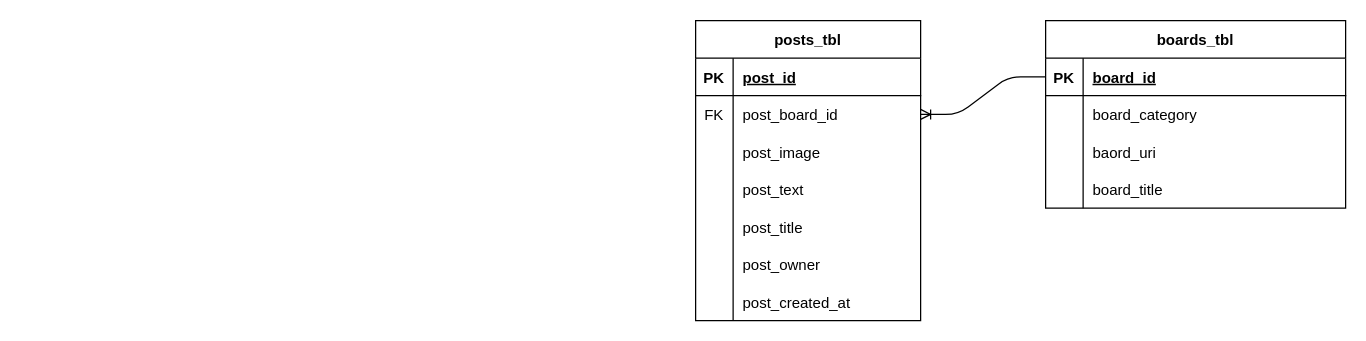
Earlier version of the draw.io diagram miscellaneous/database/er-model/zooei.drawio (castroitalo/zooei). Source tidied: cells renumbered, new cells numbered last; positions are measured from the earlier drawing's top-left corner, leaving out a move shared by most shapes. Both pictures are drawn from the tidied source at 125%, with x=0, y=0 at pixel (695, 20).
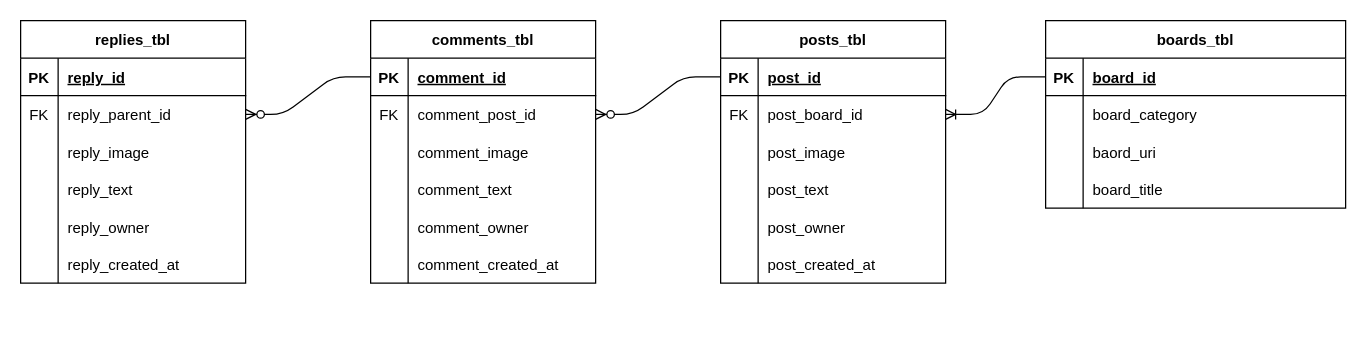
The same diagram, later.

Unchanged cells that the change refers to:
```xml
<mxCell id="16" style="shape=tableRow;horizontal=0;startSize=0;swimlaneHead=0;swimlaneBody=0;fillColor=none;points=[[0,0.5],[1,0.5]];portConstraint=eastwest;top=0;left=0;right=0;bottom=1;" parent="15" vertex="1">
  <mxGeometry y="30" width="180" height="30" as="geometry" />
</mxCell>
```

What changed in the source:
```diff
@@
     <mxCell id="15" value="posts_tbl" style="shape=table;startSize=30;childLayout=tableLayout;rowLines=0;fontStyle=1;align=center;" parent="1" vertex="1">
-      <mxGeometry width="180" height="240" as="geometry" />
+      <mxGeometry x="20" width="180" height="210" as="geometry" />
     </mxCell>
@@
-    <mxCell id="28" style="shape=tableRow;horizontal=0;startSize=0;swimlaneHead=0;swimlaneBody=0;fillColor=none;top=0;left=0;right=0;bottom=0;" parent="15" vertex="1">
-      <mxGeometry y="150" width="180" height="30" as="geometry" />
-    </mxCell>
-    <mxCell id="29" style="shape=partialRectangle;fillColor=none;top=0;left=0;bottom=0;right=0;overflow=hidden;" parent="28" vertex="1">
-      <mxGeometry width="30" height="30" as="geometry" />
-    </mxCell>
-    <mxCell id="30" value="post_title" style="shape=partialRectangle;fillColor=none;top=0;left=0;bottom=0;right=0;align=left;spacingLeft=6;overflow=hidden;" parent="28" vertex="1">
-      <mxGeometry x="30" width="150" height="30" as="geometry" />
-    </mxCell>
     <mxCell id="31" style="shape=tableRow;horizontal=0;startSize=0;swimlaneHead=0;swimlaneBody=0;fillColor=none;top=0;left=0;right=0;bottom=0;" parent="15" vertex="1">
-      <mxGeometry y="180" width="180" height="30" as="geometry" />
+      <mxGeometry y="150" width="180" height="30" as="geometry" />
     </mxCell>
@@
     <mxCell id="34" style="shape=tableRow;horizontal=0;startSize=0;swimlaneHead=0;swimlaneBody=0;fillColor=none;top=0;left=0;right=0;bottom=0;" parent="15" vertex="1">
-      <mxGeometry y="210" width="180" height="30" as="geometry" />
+      <mxGeometry y="180" width="180" height="30" as="geometry" />
     </mxCell>
@@
+    <mxCell id="38" value="comments_tbl" style="shape=table;startSize=30;childLayout=tableLayout;rowLines=0;fontStyle=1;align=center;" parent="1" vertex="1">
+      <mxGeometry x="-260" width="180" height="210" as="geometry" />
+    </mxCell>
+    <mxCell id="39" style="shape=tableRow;horizontal=0;startSize=0;swimlaneHead=0;swimlaneBody=0;fillColor=none;points=[[0,0.5],[1,0.5]];portConstraint=eastwest;top=0;left=0;right=0;bottom=1;" parent="38" vertex="1">
+      <mxGeometry y="30" width="180" height="30" as="geometry" />
+    </mxCell>
+    <mxCell id="40" value="PK" style="shape=partialRectangle;fillColor=none;top=0;left=0;bottom=0;right=0;fontStyle=1;overflow=hidden;" parent="39" vertex="1">
+      <mxGeometry width="30" height="30" as="geometry" />
+    </mxCell>
+    <mxCell id="41" value="comment_id" style="shape=partialRectangle;fillColor=none;top=0;left=0;bottom=0;right=0;align=left;spacingLeft=6;fontStyle=5;overflow=hidden;" parent="39" vertex="1">
+      <mxGeometry x="30" width="150" height="30" as="geometry" />
+    </mxCell>
+    <mxCell id="42" style="shape=tableRow;horizontal=0;startSize=0;swimlaneHead=0;swimlaneBody=0;fillColor=none;points=[[0,0.5],[1,0.5]];portConstraint=eastwest;top=0;left=0;right=0;bottom=0;" parent="38" vertex="1">
+      <mxGeometry y="60" width="180" height="30" as="geometry" />
+    </mxCell>
+    <mxCell id="43" value="FK" style="shape=partialRectangle;fillColor=none;top=0;left=0;bottom=0;right=0;overflow=hidden;" parent="42" vertex="1">
+      <mxGeometry width="30" height="30" as="geometry" />
+    </mxCell>
+    <mxCell id="44" value="comment_post_id" style="shape=partialRectangle;fillColor=none;top=0;left=0;bottom=0;right=0;align=left;spacingLeft=6;overflow=hidden;" parent="42" vertex="1">
+      <mxGeometry x="30" width="150" height="30" as="geometry" />
+    </mxCell>
+    <mxCell id="45" style="shape=tableRow;horizontal=0;startSize=0;swimlaneHead=0;swimlaneBody=0;fillColor=none;top=0;left=0;right=0;bottom=0;" parent="38" vertex="1">
+      <mxGeometry y="90" width="180" height="30" as="geometry" />
+    </mxCell>
+    <mxCell id="46" style="shape=partialRectangle;fillColor=none;top=0;left=0;bottom=0;right=0;overflow=hidden;" parent="45" vertex="1">
+      <mxGeometry width="30" height="30" as="geometry" />
+    </mxCell>
+    <mxCell id="47" value="comment_image" style="shape=partialRectangle;fillColor=none;top=0;left=0;bottom=0;right=0;align=left;spacingLeft=6;overflow=hidden;" parent="45" vertex="1">
+      <mxGeometry x="30" width="150" height="30" as="geometry" />
+    </mxCell>
+    <mxCell id="48" style="shape=tableRow;horizontal=0;startSize=0;swimlaneHead=0;swimlaneBody=0;fillColor=none;top=0;left=0;right=0;bottom=0;" parent="38" vertex="1">
+      <mxGeometry y="120" width="180" height="30" as="geometry" />
+    </mxCell>
+    <mxCell id="49" style="shape=partialRectangle;fillColor=none;top=0;left=0;bottom=0;right=0;overflow=hidden;" parent="48" vertex="1">
+      <mxGeometry width="30" height="30" as="geometry" />
+    </mxCell>
+    <mxCell id="50" value="comment_text" style="shape=partialRectangle;fillColor=none;top=0;left=0;bottom=0;right=0;align=left;spacingLeft=6;overflow=hidden;" parent="48" vertex="1">
+      <mxGeometry x="30" width="150" height="30" as="geometry" />
+    </mxCell>
+    <mxCell id="51" style="shape=tableRow;horizontal=0;startSize=0;swimlaneHead=0;swimlaneBody=0;fillColor=none;top=0;left=0;right=0;bottom=0;" parent="38" vertex="1">
+      <mxGeometry y="150" width="180" height="30" as="geometry" />
+    </mxCell>
+    <mxCell id="52" style="shape=partialRectangle;fillColor=none;top=0;left=0;bottom=0;right=0;overflow=hidden;" parent="51" vertex="1">
+      <mxGeometry width="30" height="30" as="geometry" />
+    </mxCell>
+    <mxCell id="53" value="comment_owner" style="shape=partialRectangle;fillColor=none;top=0;left=0;bottom=0;right=0;align=left;spacingLeft=6;overflow=hidden;" parent="51" vertex="1">
+      <mxGeometry x="30" width="150" height="30" as="geometry" />
+    </mxCell>
+    <mxCell id="54" style="shape=tableRow;horizontal=0;startSize=0;swimlaneHead=0;swimlaneBody=0;fillColor=none;top=0;left=0;right=0;bottom=0;" parent="38" vertex="1">
+      <mxGeometry y="180" width="180" height="30" as="geometry" />
+    </mxCell>
+    <mxCell id="55" style="shape=partialRectangle;fillColor=none;top=0;left=0;bottom=0;right=0;overflow=hidden;" parent="54" vertex="1">
+      <mxGeometry width="30" height="30" as="geometry" />
+    </mxCell>
+    <mxCell id="56" value="comment_created_at" style="shape=partialRectangle;fillColor=none;top=0;left=0;bottom=0;right=0;align=left;spacingLeft=6;overflow=hidden;" parent="54" vertex="1">
+      <mxGeometry x="30" width="150" height="30" as="geometry" />
+    </mxCell>
+    <mxCell id="57" style="edgeStyle=entityRelationEdgeStyle;fontSize=12;html=1;endArrow=ERzeroToMany;endFill=1;" parent="1" edge="1" source="16" target="42">
+      <mxGeometry relative="1" as="geometry" />
+    </mxCell>
+    <mxCell id="58" value="replies_tbl" style="shape=table;startSize=30;childLayout=tableLayout;rowLines=0;fontStyle=1;align=center;" parent="1" vertex="1">
+      <mxGeometry x="-540" width="180" height="210" as="geometry" />
+    </mxCell>
+    <mxCell id="59" style="shape=tableRow;horizontal=0;startSize=0;swimlaneHead=0;swimlaneBody=0;fillColor=none;top=0;left=0;right=0;bottom=1;" parent="58" vertex="1">
+      <mxGeometry y="30" width="180" height="30" as="geometry" />
+    </mxCell>
+    <mxCell id="60" value="PK" style="shape=partialRectangle;fillColor=none;top=0;left=0;bottom=0;right=0;fontStyle=1;overflow=hidden;" parent="59" vertex="1">
+      <mxGeometry width="30" height="30" as="geometry" />
+    </mxCell>
+    <mxCell id="61" value="reply_id" style="shape=partialRectangle;fillColor=none;top=0;left=0;bottom=0;right=0;align=left;spacingLeft=6;fontStyle=5;overflow=hidden;" parent="59" vertex="1">
+      <mxGeometry x="30" width="150" height="30" as="geometry" />
+    </mxCell>
+    <mxCell id="62" style="shape=tableRow;horizontal=0;startSize=0;swimlaneHead=0;swimlaneBody=0;fillColor=none;points=[[0,0.5],[1,0.5]];portConstraint=eastwest;top=0;left=0;right=0;bottom=0;" parent="58" vertex="1">
+      <mxGeometry y="60" width="180" height="30" as="geometry" />
+    </mxCell>
+    <mxCell id="63" value="FK" style="shape=partialRectangle;fillColor=none;top=0;left=0;bottom=0;right=0;overflow=hidden;" parent="62" vertex="1">
+      <mxGeometry width="30" height="30" as="geometry" />
+    </mxCell>
+    <mxCell id="64" value="reply_parent_id" style="shape=partialRectangle;fillColor=none;top=0;left=0;bottom=0;right=0;align=left;spacingLeft=6;overflow=hidden;" parent="62" vertex="1">
+      <mxGeometry x="30" width="150" height="30" as="geometry" />
+    </mxCell>
+    <mxCell id="65" style="shape=tableRow;horizontal=0;startSize=0;swimlaneHead=0;swimlaneBody=0;fillColor=none;top=0;left=0;right=0;bottom=0;" parent="58" vertex="1">
+      <mxGeometry y="90" width="180" height="30" as="geometry" />
+    </mxCell>
+    <mxCell id="66" style="shape=partialRectangle;fillColor=none;top=0;left=0;bottom=0;right=0;overflow=hidden;" parent="65" vertex="1">
+      <mxGeometry width="30" height="30" as="geometry" />
+    </mxCell>
+    <mxCell id="67" value="reply_image" style="shape=partialRectangle;fillColor=none;top=0;left=0;bottom=0;right=0;align=left;spacingLeft=6;overflow=hidden;" parent="65" vertex="1">
+      <mxGeometry x="30" width="150" height="30" as="geometry" />
+    </mxCell>
+    <mxCell id="68" style="shape=tableRow;horizontal=0;startSize=0;swimlaneHead=0;swimlaneBody=0;fillColor=none;top=0;left=0;right=0;bottom=0;" parent="58" vertex="1">
+      <mxGeometry y="120" width="180" height="30" as="geometry" />
+    </mxCell>
+    <mxCell id="69" style="shape=partialRectangle;fillColor=none;top=0;left=0;bottom=0;right=0;overflow=hidden;" parent="68" vertex="1">
+      <mxGeometry width="30" height="30" as="geometry" />
+    </mxCell>
+    <mxCell id="70" value="reply_text" style="shape=partialRectangle;fillColor=none;top=0;left=0;bottom=0;right=0;align=left;spacingLeft=6;overflow=hidden;" parent="68" vertex="1">
+      <mxGeometry x="30" width="150" height="30" as="geometry" />
+    </mxCell>
+    <mxCell id="71" style="shape=tableRow;horizontal=0;startSize=0;swimlaneHead=0;swimlaneBody=0;fillColor=none;top=0;left=0;right=0;bottom=0;" parent="58" vertex="1">
+      <mxGeometry y="150" width="180" height="30" as="geometry" />
+    </mxCell>
+    <mxCell id="72" style="shape=partialRectangle;fillColor=none;top=0;left=0;bottom=0;right=0;overflow=hidden;" parent="71" vertex="1">
+      <mxGeometry width="30" height="30" as="geometry" />
+    </mxCell>
+    <mxCell id="73" value="reply_owner" style="shape=partialRectangle;fillColor=none;top=0;left=0;bottom=0;right=0;align=left;spacingLeft=6;overflow=hidden;" parent="71" vertex="1">
+      <mxGeometry x="30" width="150" height="30" as="geometry" />
+    </mxCell>
+    <mxCell id="74" style="shape=tableRow;horizontal=0;startSize=0;swimlaneHead=0;swimlaneBody=0;fillColor=none;top=0;left=0;right=0;bottom=0;" parent="58" vertex="1">
+      <mxGeometry y="180" width="180" height="30" as="geometry" />
+    </mxCell>
+    <mxCell id="75" style="shape=partialRectangle;fillColor=none;top=0;left=0;bottom=0;right=0;overflow=hidden;" parent="74" vertex="1">
+      <mxGeometry width="30" height="30" as="geometry" />
+    </mxCell>
+    <mxCell id="76" value="reply_created_at" style="shape=partialRectangle;fillColor=none;top=0;left=0;bottom=0;right=0;align=left;spacingLeft=6;overflow=hidden;" parent="74" vertex="1">
+      <mxGeometry x="30" width="150" height="30" as="geometry" />
+    </mxCell>
+    <mxCell id="77" style="edgeStyle=entityRelationEdgeStyle;fontSize=12;html=1;endArrow=ERzeroToMany;endFill=1;" parent="1" edge="1" source="39" target="62">
+      <mxGeometry relative="1" as="geometry" />
+    </mxCell>
```
